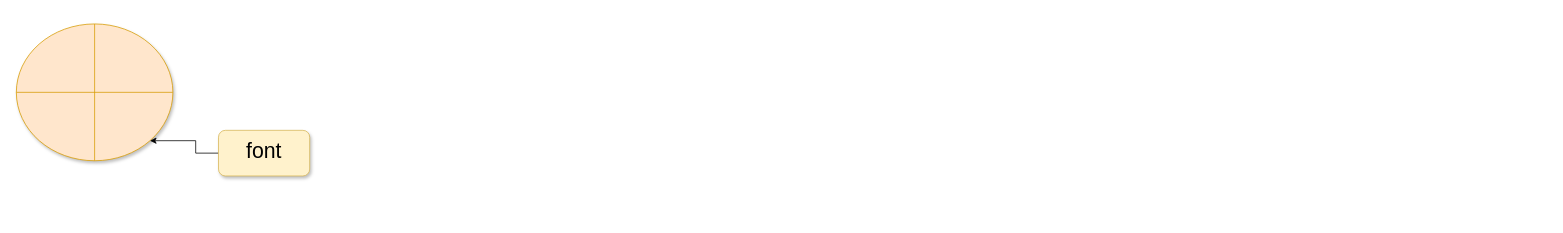
Above: Untitled Diagram.drawio in lexinhu/diagrams (draw.io), before the change. Source tidied: cells renumbered, new cells numbered last; positions are measured from the earlier drawing's top-left corner, leaving out a move shared by most shapes. Both pictures are drawn from the tidied source at 76%, with x=0, y=0 at pixel (16, 24).
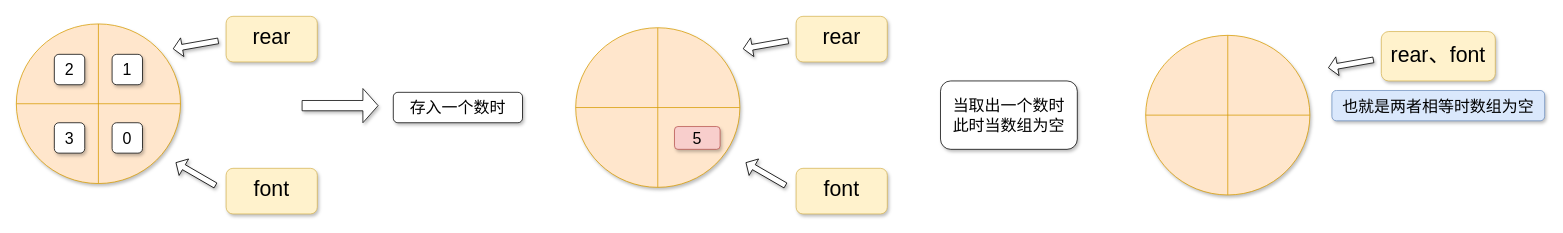
Above is the later version.

Change to the diagram source:
```diff
@@
     <mxCell id="2" style="shape=orEllipse;perimeter=ellipsePerimeter;whiteSpace=wrap;html=1;backgroundOutline=1;strokeWidth=1;shadow=1;fillColor=#ffe6cc;strokeColor=#d79b00;" parent="1" vertex="1">
-      <mxGeometry width="206" height="180" as="geometry" />
+      <mxGeometry width="216" height="210" as="geometry" />
     </mxCell>
-    <mxCell id="3" style="edgeStyle=orthogonalEdgeStyle;rounded=0;jettySize=auto;html=1;entryX=1;entryY=1;entryDx=0;entryDy=0;" parent="1" edge="1" source="4" target="2">
-      <mxGeometry relative="1" as="geometry" />
-    </mxCell>
     <mxCell id="4" value="&lt;p style=&quot;line-height: 90%&quot;&gt;&lt;font style=&quot;font-size: 28px&quot;&gt;font&lt;/font&gt;&lt;/p&gt;" style="rounded=1;whiteSpace=wrap;html=1;shadow=1;strokeWidth=1;fillColor=#fff2cc;strokeColor=#d6b656;" parent="1" vertex="1">
-      <mxGeometry x="266" y="140" width="120" height="60" as="geometry" />
+      <mxGeometry x="276" y="190" width="120" height="60" as="geometry" />
     </mxCell>
+    <mxCell id="5" value="0" style="rounded=1;whiteSpace=wrap;html=1;shadow=1;strokeColor=#000000;strokeWidth=1;fillColor=#FFFFFF;gradientColor=none;fontSize=21;" parent="1" vertex="1">
+      <mxGeometry x="126" y="130" width="40" height="40" as="geometry" />
+    </mxCell>
+    <mxCell id="6" value="1" style="rounded=1;whiteSpace=wrap;html=1;shadow=1;strokeColor=#000000;strokeWidth=1;fillColor=#FFFFFF;gradientColor=none;fontSize=21;" parent="1" vertex="1">
+      <mxGeometry x="126" y="40" width="40" height="40" as="geometry" />
+    </mxCell>
+    <mxCell id="7" value="2" style="rounded=1;whiteSpace=wrap;html=1;shadow=1;strokeColor=#000000;strokeWidth=1;fillColor=#FFFFFF;gradientColor=none;fontSize=21;" parent="1" vertex="1">
+      <mxGeometry x="50" y="40" width="40" height="40" as="geometry" />
+    </mxCell>
+    <mxCell id="8" value="3" style="rounded=1;whiteSpace=wrap;html=1;shadow=1;strokeColor=#000000;strokeWidth=1;fillColor=#FFFFFF;gradientColor=none;fontSize=21;" parent="1" vertex="1">
+      <mxGeometry x="50" y="130" width="40" height="40" as="geometry" />
+    </mxCell>
+    <mxCell id="9" value="存入一个数时" style="rounded=1;whiteSpace=wrap;html=1;shadow=1;strokeColor=#000000;strokeWidth=1;fillColor=#FFFFFF;gradientColor=none;fontSize=21;" parent="1" vertex="1">
+      <mxGeometry x="496" y="90" width="170" height="40" as="geometry" />
+    </mxCell>
+    <mxCell id="10" style="shape=singleArrow;whiteSpace=wrap;html=1;shadow=1;strokeColor=#000000;strokeWidth=1;fillColor=#FFFFFF;gradientColor=none;fontSize=21;" parent="1" vertex="1">
+      <mxGeometry x="376" y="85" width="100" height="45" as="geometry" />
+    </mxCell>
+    <mxCell id="11" style="shape=singleArrow;whiteSpace=wrap;html=1;shadow=1;strokeColor=#000000;strokeWidth=1;fillColor=#FFFFFF;gradientColor=none;fontSize=21;rotation=-190;" parent="1" vertex="1">
+      <mxGeometry x="956" y="15" width="60" height="25" as="geometry" />
+    </mxCell>
+    <mxCell id="12" style="shape=singleArrow;whiteSpace=wrap;html=1;shadow=1;strokeColor=#000000;strokeWidth=1;fillColor=#FFFFFF;gradientColor=none;fontSize=21;rotation=-150;" parent="1" vertex="1">
+      <mxGeometry x="206" y="185" width="60" height="25" as="geometry" />
+    </mxCell>
+    <mxCell id="13" value="&lt;p style=&quot;line-height: 90%&quot;&gt;&lt;font style=&quot;font-size: 28px&quot;&gt;rear&lt;/font&gt;&lt;/p&gt;" style="rounded=1;whiteSpace=wrap;html=1;shadow=1;strokeWidth=1;fillColor=#fff2cc;strokeColor=#d6b656;" parent="1" vertex="1">
+      <mxGeometry x="1026" y="-10" width="120" height="60" as="geometry" />
+    </mxCell>
+    <mxCell id="14" style="shape=orEllipse;perimeter=ellipsePerimeter;whiteSpace=wrap;html=1;backgroundOutline=1;strokeWidth=1;shadow=1;fillColor=#ffe6cc;strokeColor=#d79b00;" parent="1" vertex="1">
+      <mxGeometry x="736" y="5" width="216" height="210" as="geometry" />
+    </mxCell>
+    <mxCell id="15" value="5" style="rounded=1;whiteSpace=wrap;html=1;shadow=1;strokeColor=#b85450;strokeWidth=1;fillColor=#f8cecc;fontSize=21;" parent="1" vertex="1">
+      <mxGeometry x="866" y="135" width="60" height="30" as="geometry" />
+    </mxCell>
+    <mxCell id="16" value="&lt;p style=&quot;line-height: 90%&quot;&gt;&lt;font style=&quot;font-size: 28px&quot;&gt;font&lt;/font&gt;&lt;/p&gt;" style="rounded=1;whiteSpace=wrap;html=1;shadow=1;strokeWidth=1;fillColor=#fff2cc;strokeColor=#d6b656;" parent="1" vertex="1">
+      <mxGeometry x="1026" y="190" width="120" height="60" as="geometry" />
+    </mxCell>
+    <mxCell id="17" style="shape=singleArrow;whiteSpace=wrap;html=1;shadow=1;strokeColor=#000000;strokeWidth=1;fillColor=#FFFFFF;gradientColor=none;fontSize=21;rotation=-150;" parent="1" vertex="1">
+      <mxGeometry x="956" y="185" width="60" height="25" as="geometry" />
+    </mxCell>
+    <mxCell id="18" value="当取出一个数时&lt;br&gt;此时当数组为空" style="rounded=1;whiteSpace=wrap;html=1;shadow=1;strokeColor=#000000;strokeWidth=1;fillColor=#FFFFFF;gradientColor=none;fontSize=21;" parent="1" vertex="1">
+      <mxGeometry x="1216" y="75" width="180" height="90" as="geometry" />
+    </mxCell>
+    <mxCell id="19" style="shape=singleArrow;whiteSpace=wrap;html=1;shadow=1;strokeColor=#000000;strokeWidth=1;fillColor=#FFFFFF;gradientColor=none;fontSize=21;rotation=-190;" parent="1" vertex="1">
+      <mxGeometry x="206" y="15" width="60" height="25" as="geometry" />
+    </mxCell>
+    <mxCell id="20" value="&lt;p style=&quot;line-height: 90%&quot;&gt;&lt;font style=&quot;font-size: 28px&quot;&gt;rear&lt;/font&gt;&lt;/p&gt;" style="rounded=1;whiteSpace=wrap;html=1;shadow=1;strokeWidth=1;fillColor=#fff2cc;strokeColor=#d6b656;" parent="1" vertex="1">
+      <mxGeometry x="276" y="-10" width="120" height="60" as="geometry" />
+    </mxCell>
+    <mxCell id="21" style="shape=orEllipse;perimeter=ellipsePerimeter;whiteSpace=wrap;html=1;backgroundOutline=1;strokeWidth=1;shadow=1;fillColor=#ffe6cc;strokeColor=#d79b00;" parent="1" vertex="1">
+      <mxGeometry x="1486" y="15" width="216" height="210" as="geometry" />
+    </mxCell>
+    <mxCell id="22" style="shape=singleArrow;whiteSpace=wrap;html=1;shadow=1;strokeColor=#000000;strokeWidth=1;fillColor=#FFFFFF;gradientColor=none;fontSize=21;rotation=-190;" parent="1" vertex="1">
+      <mxGeometry x="1726" y="40" width="60" height="25" as="geometry" />
+    </mxCell>
+    <mxCell id="23" value="&lt;p style=&quot;line-height: 90%&quot;&gt;&lt;font style=&quot;font-size: 28px&quot;&gt;rear、font&lt;/font&gt;&lt;/p&gt;" style="rounded=1;whiteSpace=wrap;html=1;shadow=1;strokeWidth=1;fillColor=#fff2cc;strokeColor=#d6b656;" parent="1" vertex="1">
+      <mxGeometry x="1796" y="10" width="150" height="65" as="geometry" />
+    </mxCell>
+    <mxCell id="24" value="也就是两者相等时数组为空" style="rounded=1;whiteSpace=wrap;html=1;shadow=1;strokeColor=#6c8ebf;strokeWidth=1;fillColor=#dae8fc;fontSize=21;" parent="1" vertex="1">
+      <mxGeometry x="1731" y="87.5" width="280" height="40" as="geometry" />
+    </mxCell>
```
